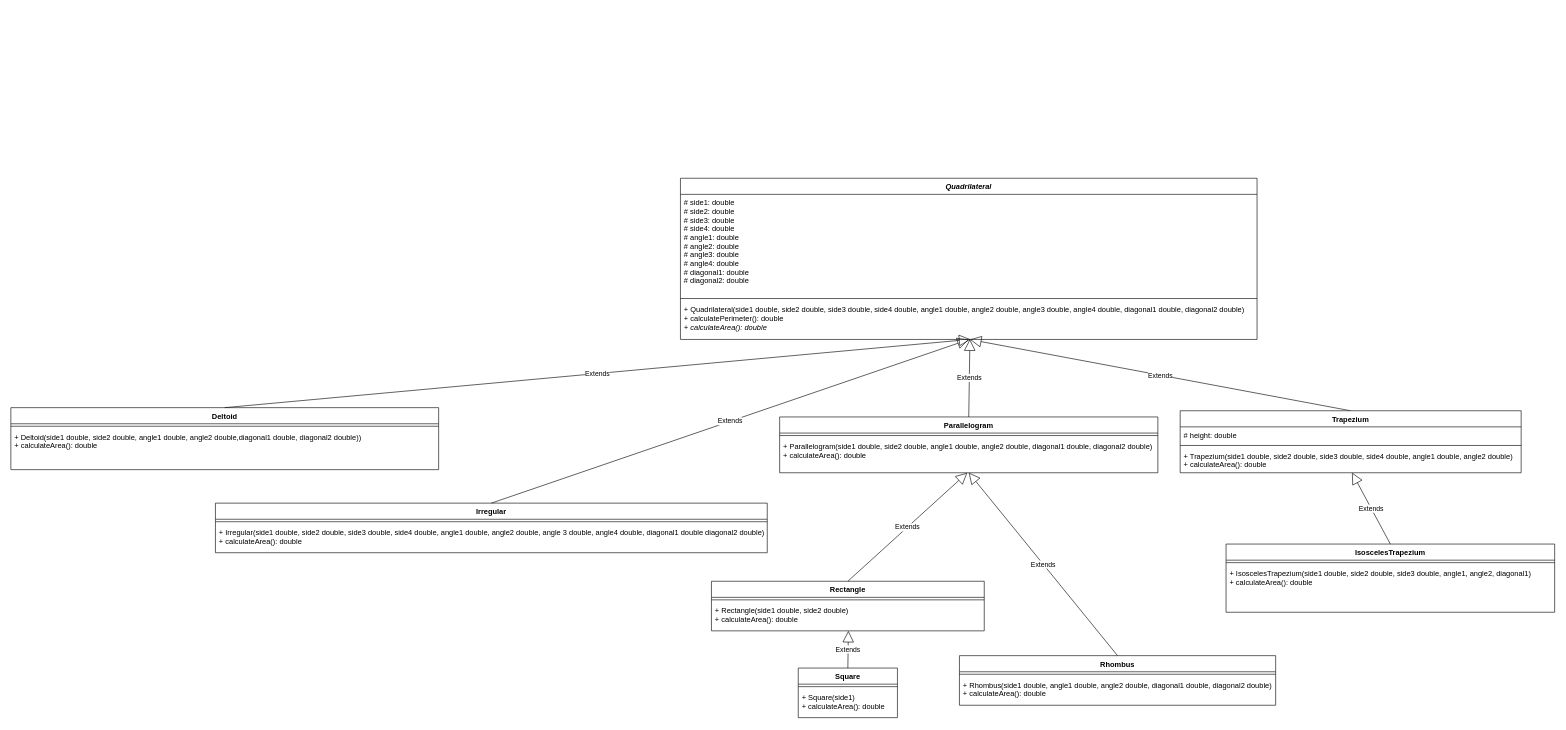
Before: Week7/Inheritance_concepts/src/shapes/shapes.drawio in Julian-Florez/OOP-Project, a draw.io diagram. Source tidied: cells renumbered, new cells numbered last; positions are measured from the earlier drawing's top-left corner, leaving out a move shared by most shapes. Both pictures are drawn from the tidied source at 62%, with x=0, y=0 at pixel (11, 178).
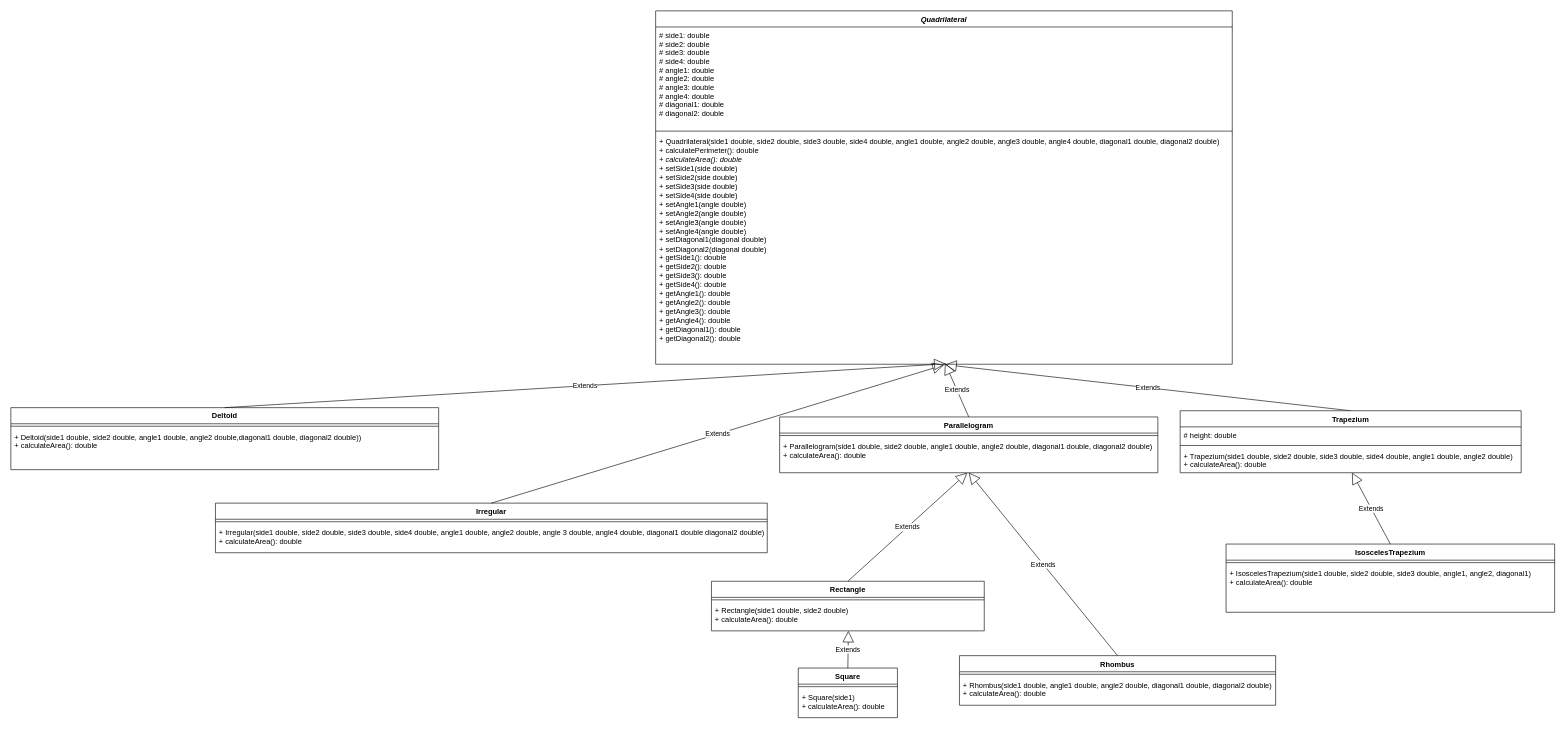
The same diagram, later.

Diff of the diagram source:
```diff
@@
     <mxCell id="2" value="Quadrilateral" style="swimlane;fontStyle=3;align=center;verticalAlign=top;horizontal=1;startSize=26;" parent="1" vertex="1">
-      <mxGeometry x="1080" width="930" height="260" as="geometry" />
+      <mxGeometry x="1040" y="-270" width="930" height="570" as="geometry" />
     </mxCell>
@@
-    <mxCell id="5" value="+ Quadrilateral(side1 double, side2 double, side3 double, side4 double, angle1 double, angle2 double, angle3 double, angle4 double, diagonal1 double, diagonal2 double)&lt;br&gt;+ calculatePerimeter(): double&lt;br&gt;&lt;i&gt;+ calculateArea(): double&lt;/i&gt;" style="text;strokeColor=none;fillColor=none;align=left;verticalAlign=top;spacingLeft=4;spacingRight=4;overflow=hidden;points=[[0,0.5],[1,0.5]];portConstraint=eastwest;html=1;" parent="2" vertex="1">
-      <mxGeometry y="198" width="930" height="62" as="geometry" />
+    <mxCell id="5" value="+ Quadrilateral(side1 double, side2 double, side3 double, side4 double, angle1 double, angle2 double, angle3 double, angle4 double, diagonal1 double, diagonal2 double)&lt;br&gt;+ calculatePerimeter(): double&lt;br&gt;&lt;i&gt;+ calculateArea(): double&lt;br&gt;+ &lt;/i&gt;setSide1(side double)&lt;br&gt;+ setSide2(side double)&lt;br&gt;+ setSide3(side double)&lt;br&gt;+ setSide4(side double)&lt;br&gt;+ setAngle1(angle double)&lt;br&gt;+ setAngle2(angle double)&lt;br&gt;+ setAngle3(angle double)&lt;br&gt;+ setAngle4(angle double)&lt;br&gt;+ setDiagonal1(diagonal double)&lt;br&gt;+ setDiagonal2(diagonal double)&lt;br&gt;&lt;div&gt;+ getSide1(): double&lt;/div&gt;&lt;div&gt;+ getSide2(): double&lt;/div&gt;&lt;div&gt;+ getSide3(): double&lt;/div&gt;&lt;div&gt;+ getSide4(): double&lt;/div&gt;&lt;div&gt;+ getAngle1(): double&lt;/div&gt;&lt;div&gt;+ getAngle2(): double&lt;/div&gt;&lt;div&gt;+ getAngle3(): double&lt;/div&gt;&lt;div&gt;+ getAngle4(): double&lt;/div&gt;&lt;div&gt;+ getDiagonal1(): double&lt;/div&gt;&lt;div&gt;+ getDiagonal2(): double&lt;/div&gt;" style="text;strokeColor=none;fillColor=none;align=left;verticalAlign=top;spacingLeft=4;spacingRight=4;overflow=hidden;points=[[0,0.5],[1,0.5]];portConstraint=eastwest;html=1;" parent="2" vertex="1">
+      <mxGeometry y="198" width="930" height="372" as="geometry" />
     </mxCell>
```
